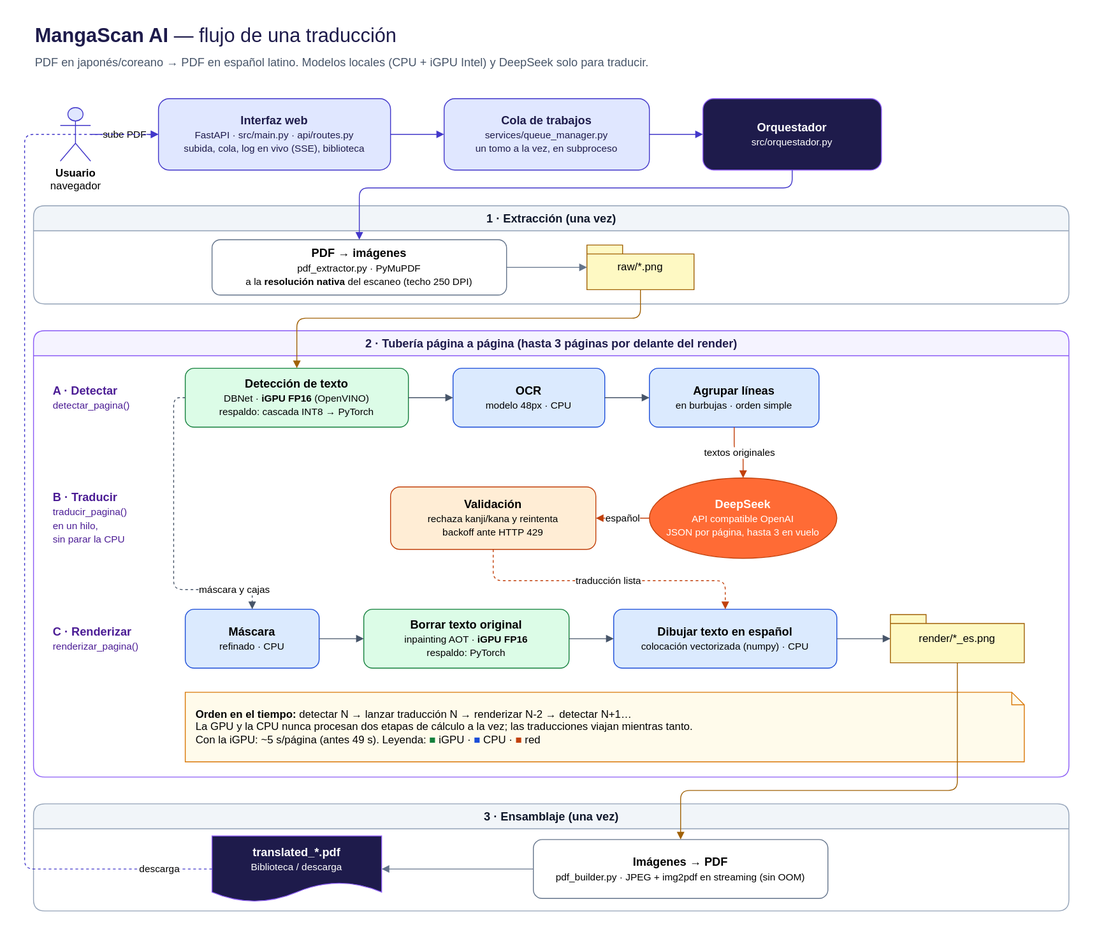
Before: docs/flujo_app.drawio.svg, a diagram exported from draw.io (Holkeano526/mangascan). Source tidied: cells renumbered, new cells last; positions are measured from the earlier drawing's top-left corner, leaving out a move shared by most shapes.
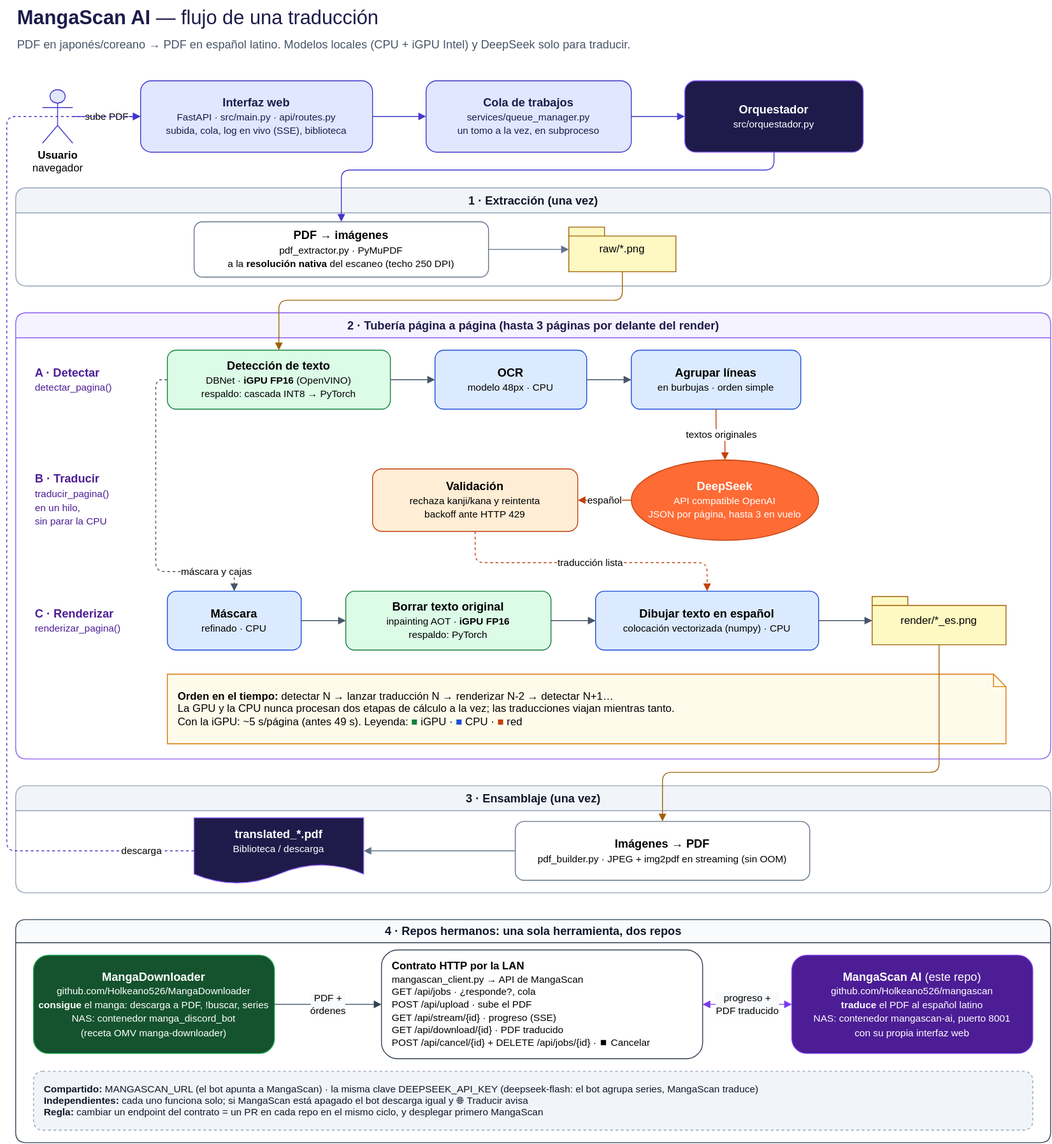
The same diagram one commit later.

Commit message:
docs: bloque "Repos hermanos" en el diagrama de flujo

Añade al diagrama los dos repos (qué hace cada uno y su contenedor en
el NAS), el contrato HTTP entre ellos (los 6 endpoints que usa
mangascan_client.py), la configuración compartida (MANGASCAN_URL y la
clave de DeepSeek), que son independientes y la regla de cambiar el
contrato en los dos repos a la vez.

What changed in the source:
```diff
@@ -165,5 +165,26 @@
         </Array>
       </mxGeometry>
     </mxCell>
+    <mxCell id="46" value="4 · Repos hermanos: una sola herramienta, dos repos" style="swimlane;startSize=26;html=1;fillColor=#f8fafc;strokeColor=#334155;fontColor=#0f172a;fontSize=13;rounded=1;" parent="1" vertex="1">
+      <mxGeometry x="10" y="1030" width="1160" height="250" as="geometry" />
+    </mxCell>
+    <mxCell id="47" value="&lt;b&gt;MangaDownloader&lt;/b&gt;&lt;br&gt;&lt;font style=&quot;font-size:11px&quot;&gt;github.com/Holkeano526/MangaDownloader&lt;br&gt;&lt;b&gt;consigue&lt;/b&gt; el manga: descarga a PDF, !buscar, series&lt;br&gt;NAS: contenedor manga_discord_bot&lt;br&gt;(receta OMV manga-downloader)&lt;/font&gt;" style="rounded=1;whiteSpace=wrap;html=1;fillColor=#14532d;strokeColor=#16a34a;fontColor=#ffffff;fontSize=13;" parent="46" vertex="1">
+      <mxGeometry x="20" y="40" width="270" height="110" as="geometry" />
+    </mxCell>
+    <mxCell id="48" value="&lt;b&gt;Contrato HTTP por la LAN&lt;/b&gt;&lt;br&gt;&lt;font style=&quot;font-size:11px&quot;&gt;mangascan_client.py → API de MangaScan&lt;br&gt;GET /api/jobs · ¿responde?, cola&lt;br&gt;POST /api/upload · sube el PDF&lt;br&gt;GET /api/stream/{id} · progreso (SSE)&lt;br&gt;GET /api/download/{id} · PDF traducido&lt;br&gt;POST /api/cancel/{id} + DELETE /api/jobs/{id} · ⏹️ Cancelar&lt;/font&gt;" style="rounded=1;whiteSpace=wrap;html=1;fillColor=#ffffff;strokeColor=#334155;fontSize=12;align=left;spacingLeft=10;" parent="46" vertex="1">
+      <mxGeometry x="410" y="34" width="360" height="122" as="geometry" />
+    </mxCell>
+    <mxCell id="49" value="&lt;b&gt;MangaScan AI&lt;/b&gt; (este repo)&lt;br&gt;&lt;font style=&quot;font-size:11px&quot;&gt;github.com/Holkeano526/mangascan&lt;br&gt;&lt;b&gt;traduce&lt;/b&gt; el PDF al español latino&lt;br&gt;NAS: contenedor mangascan-ai, puerto 8001&lt;br&gt;con su propia interfaz web&lt;/font&gt;" style="rounded=1;whiteSpace=wrap;html=1;fillColor=#4c1d95;strokeColor=#7c3aed;fontColor=#ffffff;fontSize=13;" parent="46" vertex="1">
+      <mxGeometry x="870" y="40" width="270" height="110" as="geometry" />
+    </mxCell>
+    <mxCell id="50" value="PDF +&lt;br&gt;órdenes" style="edgeStyle=orthogonalEdgeStyle;html=1;labelBackgroundColor=#f8fafc;strokeColor=#334155;endArrow=block;fontSize=11;" parent="46" edge="1" source="47" target="48">
+      <mxGeometry relative="1" as="geometry" />
+    </mxCell>
+    <mxCell id="51" value="progreso +&lt;br&gt;PDF traducido" style="edgeStyle=orthogonalEdgeStyle;html=1;labelBackgroundColor=#f8fafc;strokeColor=#7c3aed;endArrow=block;startArrow=block;fontSize=11;" parent="46" edge="1" source="48" target="49">
+      <mxGeometry relative="1" as="geometry" />
+    </mxCell>
+    <mxCell id="52" value="&lt;b&gt;Compartido:&lt;/b&gt; MANGASCAN_URL (el bot apunta a MangaScan) · la misma clave DEEPSEEK_API_KEY (deepseek-flash: el bot agrupa series, MangaScan traduce)&lt;br&gt;&lt;b&gt;Independientes:&lt;/b&gt; cada uno funciona solo; si MangaScan está apagado el bot descarga igual y 🌐 Traducir avisa&lt;br&gt;&lt;b&gt;Regla:&lt;/b&gt; cambiar un endpoint del contrato = un PR en cada repo en el mismo ciclo, y desplegar primero MangaScan" style="rounded=1;whiteSpace=wrap;html=1;fillColor=#f1f5f9;strokeColor=#94a3b8;fontColor=#0f172a;fontSize=11;align=left;spacingLeft=10;dashed=1;" parent="46" vertex="1">
+      <mxGeometry x="20" y="170" width="1120" height="66" as="geometry" />
+    </mxCell>
   </root>
 </mxGraphModel>
```
